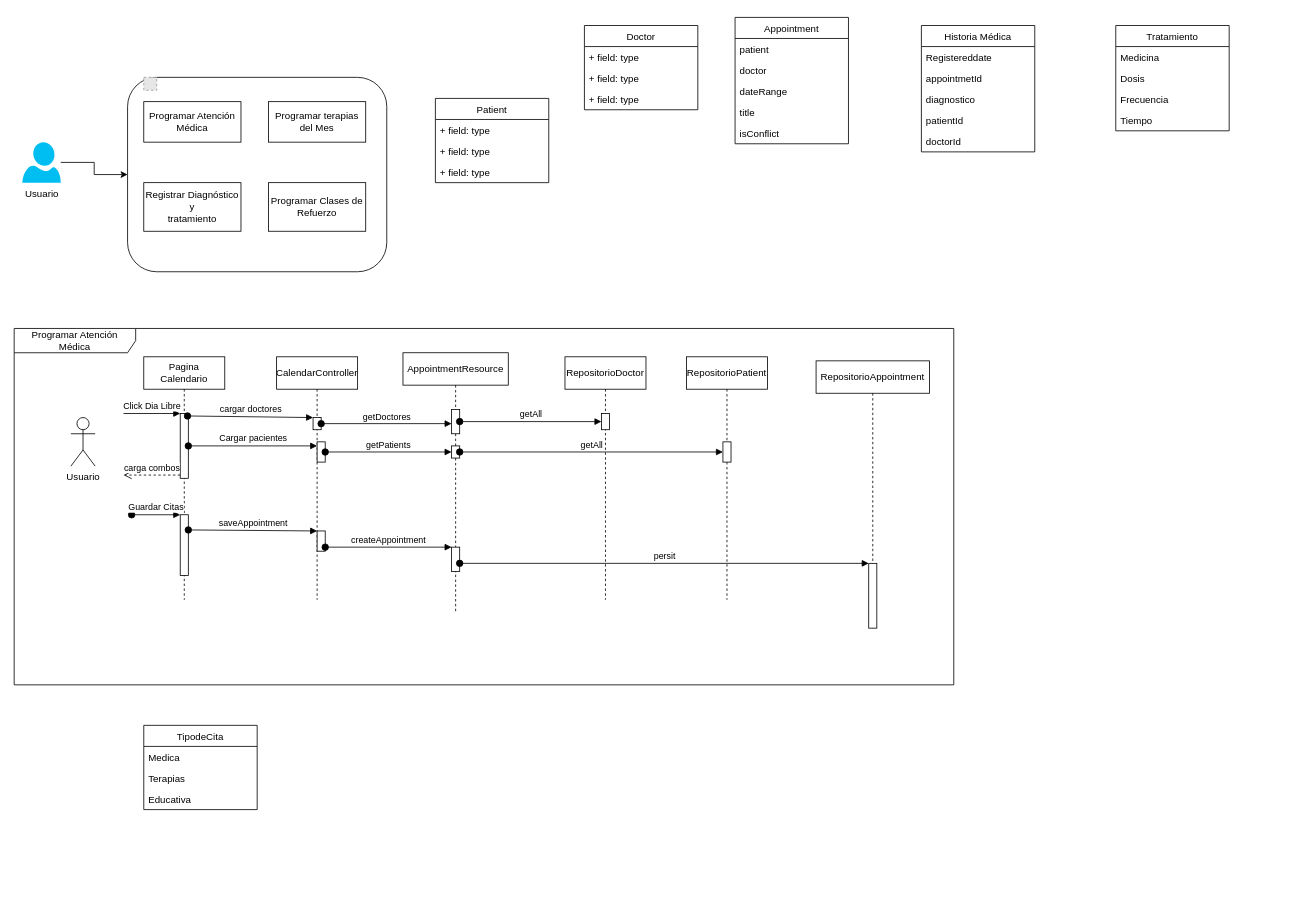
Earlier version of the draw.io diagram CitasyHorarios.drawio (rcaso/IAppointment). Source tidied: cells renumbered, new cells numbered last; positions are measured from the earlier drawing's top-left corner, leaving out a move shared by most shapes. Both pictures are drawn from the tidied source at 81%, with x=0, y=0 at pixel (14, 17). Pictures stored in the file or linked from it are replaced by grey dashed boxes.
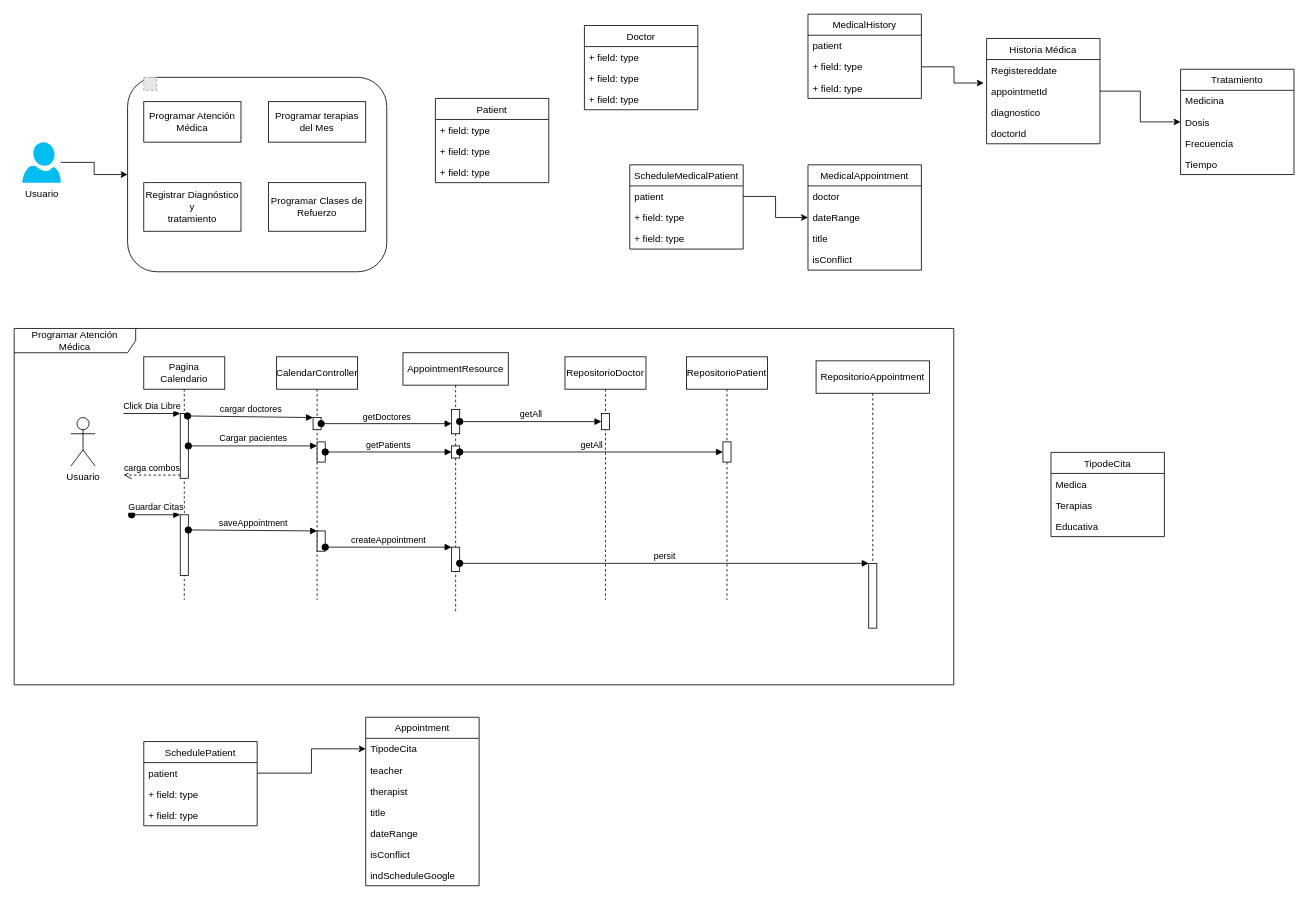
Above is the later version.

Unchanged cells that the change refers to:
```xml
<mxCell id="30" value="appointmetId" style="text;strokeColor=none;fillColor=none;align=left;verticalAlign=top;spacingLeft=4;spacingRight=4;overflow=hidden;points=[[0,0.5],[1,0.5]];portConstraint=eastwest;" parent="28" vertex="1">
  <mxGeometry y="52" width="140" height="26" as="geometry" />
</mxCell>
<mxCell id="46" value="Dosis" style="text;strokeColor=none;fillColor=none;align=left;verticalAlign=top;spacingLeft=4;spacingRight=4;overflow=hidden;points=[[0,0.5],[1,0.5]];portConstraint=eastwest;" parent="44" vertex="1">
  <mxGeometry y="52" width="140" height="26" as="geometry" />
</mxCell>
```

Diff of the diagram source:
```diff
@@
     <mxCell id="28" value="Historia Médica" style="swimlane;fontStyle=0;horizontal=1;startSize=26;fillColor=none;" parent="1" vertex="1">
-      <mxGeometry x="1120" y="10" width="140" height="156" as="geometry" />
+      <mxGeometry x="1200.5" y="26" width="140" height="130" as="geometry" />
     </mxCell>
@@
-    <mxCell id="32" value="patientId" style="text;strokeColor=none;fillColor=none;align=left;verticalAlign=top;spacingLeft=4;spacingRight=4;overflow=hidden;" parent="28" vertex="1">
-      <mxGeometry y="104" width="140" height="26" as="geometry" />
-    </mxCell>
     <mxCell id="33" value="doctorId" style="text;strokeColor=none;fillColor=none;align=left;verticalAlign=top;spacingLeft=4;spacingRight=4;overflow=hidden;" parent="28" vertex="1">
-      <mxGeometry y="130" width="140" height="26" as="geometry" />
+      <mxGeometry y="104" width="140" height="26" as="geometry" />
     </mxCell>
-    <mxCell id="34" value="Appointment" style="swimlane;fontStyle=0;horizontal=1;startSize=26;fillColor=none;" parent="1" vertex="1">
-      <mxGeometry x="890" width="140" height="156" as="geometry" />
+    <mxCell id="34" value="MedicalAppointment" style="swimlane;fontStyle=0;horizontal=1;startSize=26;fillColor=none;" parent="1" vertex="1">
+      <mxGeometry x="980" y="182" width="140" height="130" as="geometry" />
     </mxCell>
-    <mxCell id="35" value="patient" style="text;strokeColor=none;fillColor=none;align=left;verticalAlign=top;spacingLeft=4;spacingRight=4;overflow=hidden;" parent="34" vertex="1">
-      <mxGeometry y="26" width="140" height="26" as="geometry" />
-    </mxCell>
     <mxCell id="36" value="doctor" style="text;strokeColor=none;fillColor=none;align=left;verticalAlign=top;spacingLeft=4;spacingRight=4;overflow=hidden;" parent="34" vertex="1">
-      <mxGeometry y="52" width="140" height="26" as="geometry" />
+      <mxGeometry y="26" width="140" height="26" as="geometry" />
     </mxCell>
     <mxCell id="37" value="dateRange" style="text;strokeColor=none;fillColor=none;align=left;verticalAlign=top;spacingLeft=4;spacingRight=4;overflow=hidden;points=[[0,0.5],[1,0.5]];portConstraint=eastwest;" parent="34" vertex="1">
-      <mxGeometry y="78" width="140" height="26" as="geometry" />
+      <mxGeometry y="52" width="140" height="26" as="geometry" />
     </mxCell>
     <mxCell id="38" value="title" style="text;strokeColor=none;fillColor=none;align=left;verticalAlign=top;spacingLeft=4;spacingRight=4;overflow=hidden;" parent="34" vertex="1">
-      <mxGeometry y="104" width="140" height="26" as="geometry" />
+      <mxGeometry y="78" width="140" height="26" as="geometry" />
     </mxCell>
     <mxCell id="39" value="isConflict" style="text;strokeColor=none;fillColor=none;align=left;verticalAlign=top;spacingLeft=4;spacingRight=4;overflow=hidden;" parent="34" vertex="1">
-      <mxGeometry y="130" width="140" height="26" as="geometry" />
+      <mxGeometry y="104" width="140" height="26" as="geometry" />
     </mxCell>
@@
     <mxCell id="44" value="Tratamiento" style="swimlane;fontStyle=0;horizontal=1;startSize=26;fillColor=none;" parent="1" vertex="1">
-      <mxGeometry x="1360" y="10" width="140" height="130" as="geometry" />
+      <mxGeometry x="1440" y="64" width="140" height="130" as="geometry" />
     </mxCell>
@@
     <mxCell id="66" value="TipodeCita" style="swimlane;fontStyle=0;horizontal=1;startSize=26;fillColor=none;" parent="1" vertex="1">
-      <mxGeometry x="160" y="874" width="140" height="104" as="geometry" />
+      <mxGeometry x="1280" y="537" width="140" height="104" as="geometry" />
     </mxCell>
@@
+    <mxCell id="70" value="Appointment" style="swimlane;fontStyle=0;horizontal=1;startSize=26;fillColor=none;" parent="1" vertex="1">
+      <mxGeometry x="434" y="864" width="140" height="208" as="geometry" />
+    </mxCell>
+    <mxCell id="71" value="TipodeCita" style="text;strokeColor=none;fillColor=none;align=left;verticalAlign=top;spacingLeft=4;spacingRight=4;overflow=hidden;points=[[0,0.5],[1,0.5]];portConstraint=eastwest;" parent="70" vertex="1">
+      <mxGeometry y="26" width="140" height="26" as="geometry" />
+    </mxCell>
+    <mxCell id="72" value="teacher" style="text;strokeColor=none;fillColor=none;align=left;verticalAlign=top;spacingLeft=4;spacingRight=4;overflow=hidden;" parent="70" vertex="1">
+      <mxGeometry y="52" width="140" height="26" as="geometry" />
+    </mxCell>
+    <mxCell id="73" value="therapist" style="text;strokeColor=none;fillColor=none;align=left;verticalAlign=top;spacingLeft=4;spacingRight=4;overflow=hidden;" parent="70" vertex="1">
+      <mxGeometry y="78" width="140" height="26" as="geometry" />
+    </mxCell>
+    <mxCell id="74" value="title" style="text;strokeColor=none;fillColor=none;align=left;verticalAlign=top;spacingLeft=4;spacingRight=4;overflow=hidden;" parent="70" vertex="1">
+      <mxGeometry y="104" width="140" height="26" as="geometry" />
+    </mxCell>
+    <mxCell id="75" value="dateRange" style="text;strokeColor=none;fillColor=none;align=left;verticalAlign=top;spacingLeft=4;spacingRight=4;overflow=hidden;" parent="70" vertex="1">
+      <mxGeometry y="130" width="140" height="26" as="geometry" />
+    </mxCell>
+    <mxCell id="76" value="isConflict" style="text;strokeColor=none;fillColor=none;align=left;verticalAlign=top;spacingLeft=4;spacingRight=4;overflow=hidden;" parent="70" vertex="1">
+      <mxGeometry y="156" width="140" height="26" as="geometry" />
+    </mxCell>
+    <mxCell id="77" value="indScheduleGoogle" style="text;strokeColor=none;fillColor=none;align=left;verticalAlign=top;spacingLeft=4;spacingRight=4;overflow=hidden;" parent="70" vertex="1">
+      <mxGeometry y="182" width="140" height="26" as="geometry" />
+    </mxCell>
+    <mxCell id="78" value="SchedulePatient" style="swimlane;fontStyle=0;horizontal=1;startSize=26;fillColor=none;" parent="1" vertex="1">
+      <mxGeometry x="160" y="894" width="140" height="104" as="geometry" />
+    </mxCell>
+    <mxCell id="79" value="patient" style="text;strokeColor=none;fillColor=none;align=left;verticalAlign=top;spacingLeft=4;spacingRight=4;overflow=hidden;points=[[0,0.5],[1,0.5]];portConstraint=eastwest;" parent="78" vertex="1">
+      <mxGeometry y="26" width="140" height="26" as="geometry" />
+    </mxCell>
+    <mxCell id="80" value="+ field: type" style="text;strokeColor=none;fillColor=none;align=left;verticalAlign=top;spacingLeft=4;spacingRight=4;overflow=hidden;" parent="78" vertex="1">
+      <mxGeometry y="52" width="140" height="26" as="geometry" />
+    </mxCell>
+    <mxCell id="81" value="+ field: type" style="text;strokeColor=none;fillColor=none;align=left;verticalAlign=top;spacingLeft=4;spacingRight=4;overflow=hidden;" parent="78" vertex="1">
+      <mxGeometry y="78" width="140" height="26" as="geometry" />
+    </mxCell>
+    <mxCell id="82" value="ScheduleMedicalPatient" style="swimlane;fontStyle=0;horizontal=1;startSize=26;fillColor=none;" parent="1" vertex="1">
+      <mxGeometry x="760" y="182" width="140" height="104" as="geometry" />
+    </mxCell>
+    <mxCell id="83" value="patient" style="text;strokeColor=none;fillColor=none;align=left;verticalAlign=top;spacingLeft=4;spacingRight=4;overflow=hidden;points=[[0,0.5],[1,0.5]];portConstraint=eastwest;" parent="82" vertex="1">
+      <mxGeometry y="26" width="140" height="26" as="geometry" />
+    </mxCell>
+    <mxCell id="84" value="+ field: type" style="text;strokeColor=none;fillColor=none;align=left;verticalAlign=top;spacingLeft=4;spacingRight=4;overflow=hidden;" parent="82" vertex="1">
+      <mxGeometry y="52" width="140" height="26" as="geometry" />
+    </mxCell>
+    <mxCell id="85" value="+ field: type" style="text;strokeColor=none;fillColor=none;align=left;verticalAlign=top;spacingLeft=4;spacingRight=4;overflow=hidden;" parent="82" vertex="1">
+      <mxGeometry y="78" width="140" height="26" as="geometry" />
+    </mxCell>
+    <mxCell id="86" style="edgeStyle=orthogonalEdgeStyle;rounded=0;jettySize=auto;html=1;entryX=0;entryY=0.5;entryDx=0;entryDy=0;" parent="1" edge="1" source="79" target="71">
+      <mxGeometry relative="1" as="geometry" />
+    </mxCell>
+    <mxCell id="87" style="edgeStyle=orthogonalEdgeStyle;rounded=0;jettySize=auto;html=1;entryX=0;entryY=0.5;entryDx=0;entryDy=0;" parent="1" edge="1" source="83" target="37">
+      <mxGeometry relative="1" as="geometry" />
+    </mxCell>
+    <mxCell id="88" style="edgeStyle=orthogonalEdgeStyle;rounded=0;jettySize=auto;html=1;entryX=0;entryY=0.5;entryDx=0;entryDy=0;" parent="1" edge="1" source="30" target="46">
+      <mxGeometry relative="1" as="geometry" />
+    </mxCell>
+    <mxCell id="89" value="MedicalHistory" style="swimlane;fontStyle=0;horizontal=1;startSize=26;fillColor=none;" parent="1" vertex="1">
+      <mxGeometry x="980" y="-4" width="140" height="104" as="geometry" />
+    </mxCell>
+    <mxCell id="90" value="patient" style="text;strokeColor=none;fillColor=none;align=left;verticalAlign=top;spacingLeft=4;spacingRight=4;overflow=hidden;" parent="89" vertex="1">
+      <mxGeometry y="26" width="140" height="26" as="geometry" />
+    </mxCell>
+    <mxCell id="91" value="+ field: type" style="text;strokeColor=none;fillColor=none;align=left;verticalAlign=top;spacingLeft=4;spacingRight=4;overflow=hidden;points=[[0,0.5],[1,0.5]];portConstraint=eastwest;" parent="89" vertex="1">
+      <mxGeometry y="52" width="140" height="26" as="geometry" />
+    </mxCell>
+    <mxCell id="92" value="+ field: type" style="text;strokeColor=none;fillColor=none;align=left;verticalAlign=top;spacingLeft=4;spacingRight=4;overflow=hidden;" parent="89" vertex="1">
+      <mxGeometry y="78" width="140" height="26" as="geometry" />
+    </mxCell>
+    <mxCell id="93" style="edgeStyle=orthogonalEdgeStyle;rounded=0;jettySize=auto;html=1;entryX=-0.025;entryY=0.115;entryDx=0;entryDy=0;entryPerimeter=0;" parent="1" edge="1" source="91" target="30">
+      <mxGeometry relative="1" as="geometry" />
+    </mxCell>
```
